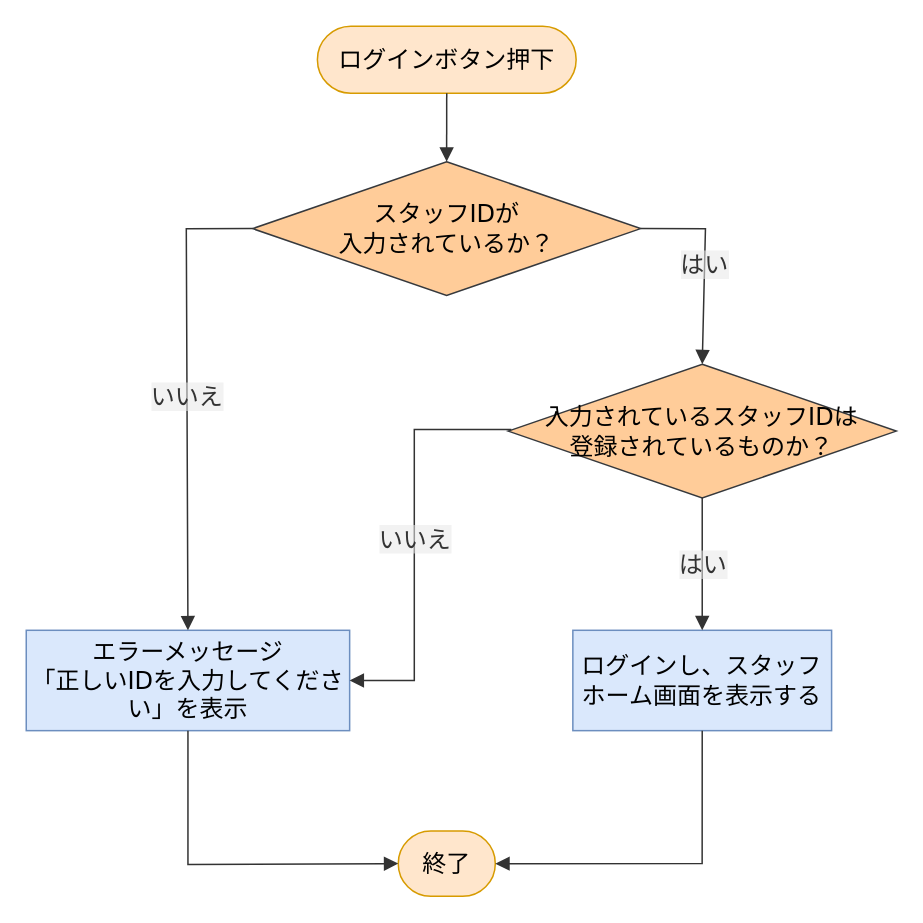
Above: 詳細設計書/7班/flowchart/スタッフログイン.drawio in rs002421-creator/- (draw.io), before the change. Source tidied: cells renumbered, new cells numbered last; positions are measured from the earlier drawing's top-left corner, leaving out a move shared by most shapes. Both pictures are drawn from the tidied source at 150%, with x=0, y=0 at pixel (26, 26).
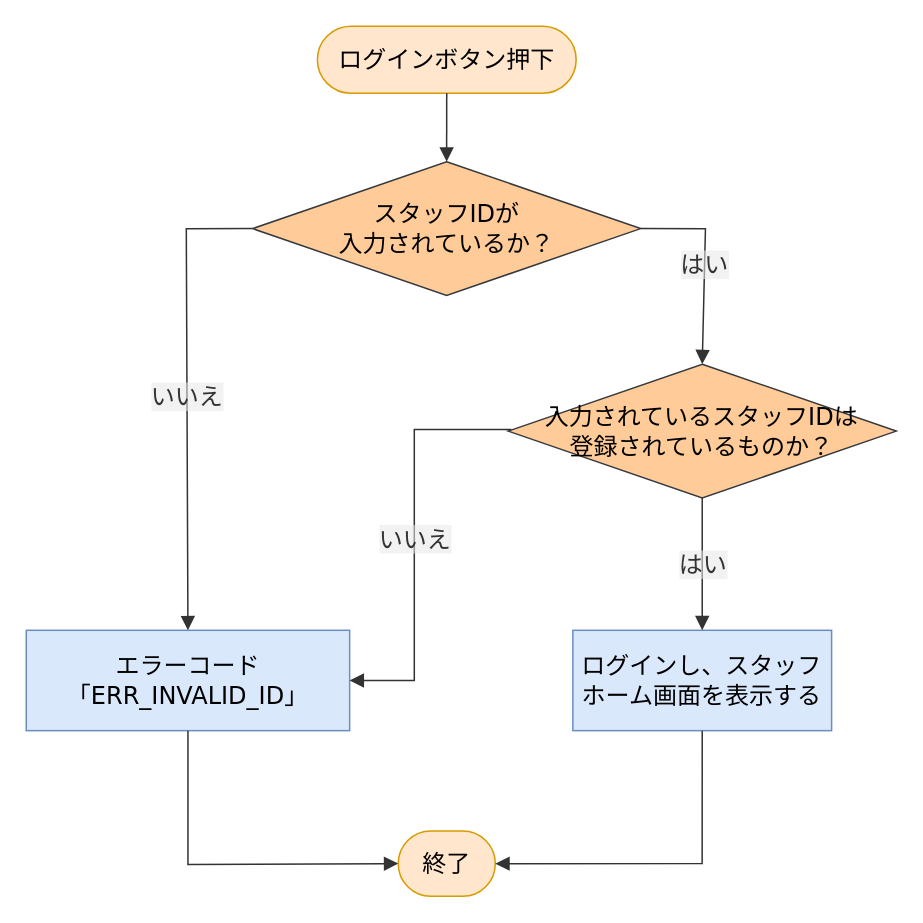
The same diagram, later.

The change refers to these unchanged cells:
```xml
<mxCell id="2" style="group;" parent="1" vertex="1">
  <mxGeometry width="580" height="580" as="geometry" />
</mxCell>
```

The edit, as a diff of the source:
```diff
@@
-    <mxCell id="6" value="エラーメッセージ&lt;br&gt;「正しいIDを入力してください」を表示" style="html=1;whiteSpace=wrap;strokeWidth=1;fillColor=#dae8fc;strokeColor=#6c8ebf;fontFamily=Trebuchet MS,Verdana,Arial,sans-serif;fontSize=16;" parent="2" vertex="1">
+    <mxCell id="6" value="エラーコード「ERR_INVALID_ID」" style="html=1;whiteSpace=wrap;strokeWidth=1;fillColor=#dae8fc;strokeColor=#6c8ebf;fontFamily=Trebuchet MS,Verdana,Arial,sans-serif;fontSize=16;" parent="2" vertex="1">
       <mxGeometry y="402.7" width="215.6" height="66.9" as="geometry" />
     </mxCell>
```
